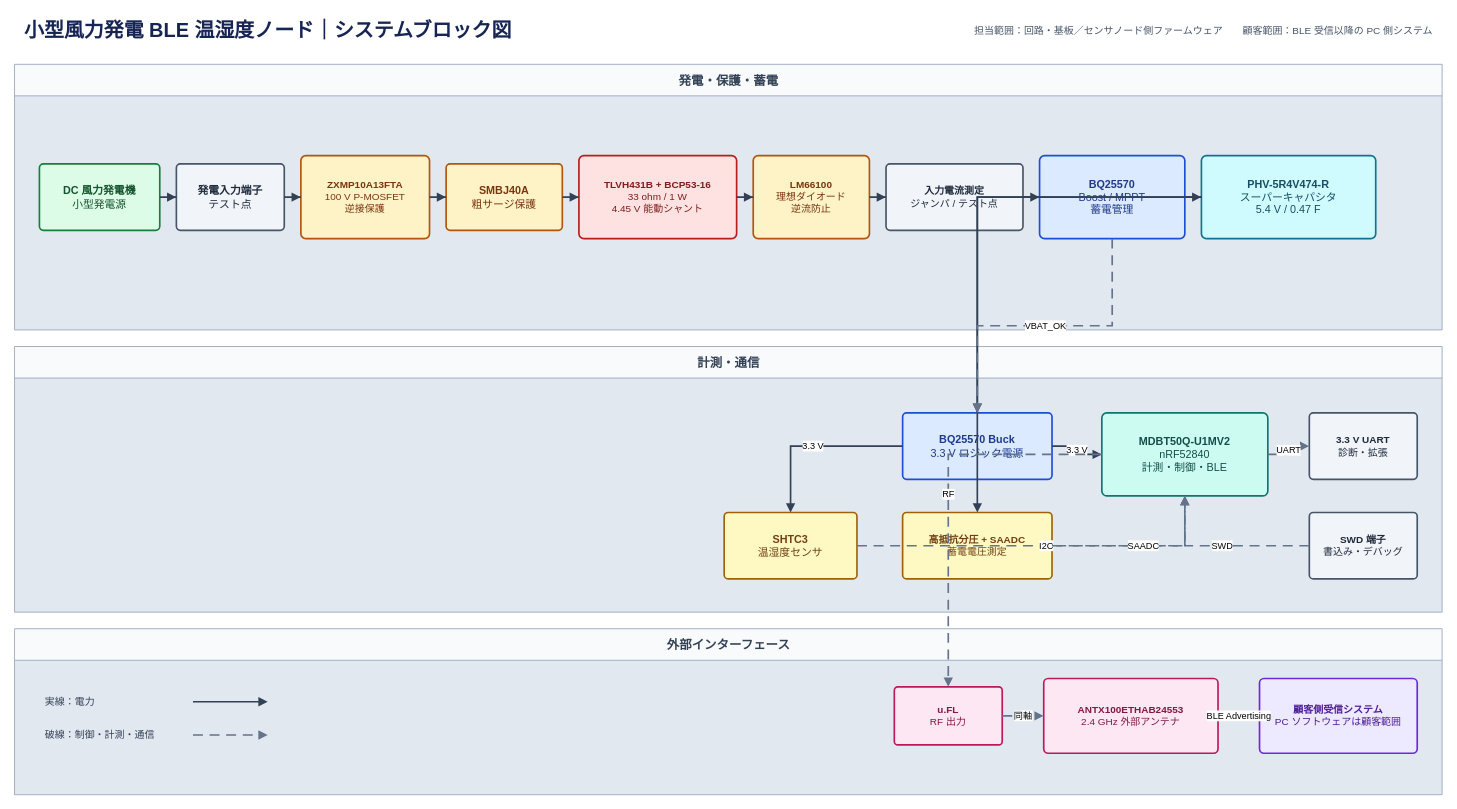
The draw.io diagram docs/Architecture/system-block-diagram.drawio in KatsukiOishi/pantarhei_OEM02_MeasurementNode, before the edit. Source tidied: cells renumbered, new cells numbered last; positions are measured from the earlier drawing's top-left corner, leaving out a move shared by most shapes. Both pictures are drawn from the tidied source at 83%, with x=0, y=0 at pixel (14, 14).
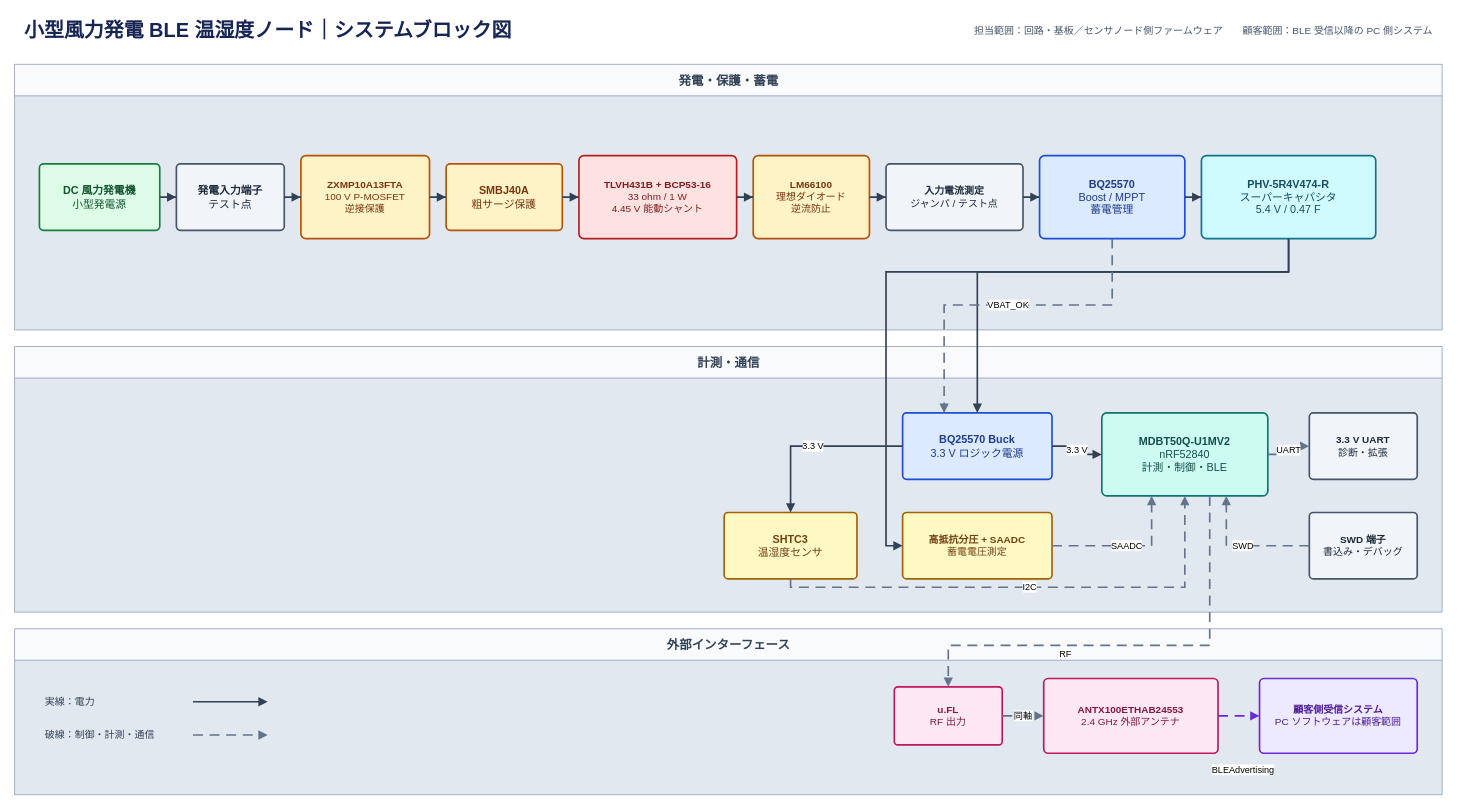
After the change.

Commit message:
docs：draw.io編集結果を保存

The change refers to these unchanged cells:
```xml
<mxCell id="14" value="&lt;b&gt;BQ25570&lt;/b&gt;&lt;br&gt;Boost / MPPT&lt;br&gt;蓄電管理" style="rounded=1;whiteSpace=wrap;html=1;arcSize=6;fillColor=#dbeafe;strokeColor=#1d4ed8;strokeWidth=2;fontColor=#1e3a8a;fontSize=13;" parent="1" vertex="1">
  <mxGeometry x="1235" y="170" width="175" height="100" as="geometry" />
</mxCell>
<mxCell id="15" value="&lt;b&gt;PHV-5R4V474-R&lt;/b&gt;&lt;br&gt;スーパーキャパシタ&lt;br&gt;5.4 V / 0.47 F" style="rounded=1;whiteSpace=wrap;html=1;arcSize=6;fillColor=#cffafe;strokeColor=#0e7490;strokeWidth=2;fontColor=#164e63;fontSize=13;" parent="1" vertex="1">
  <mxGeometry x="1430" y="170" width="210" height="100" as="geometry" />
</mxCell>
<mxCell id="16" value="&lt;b&gt;SHTC3&lt;/b&gt;&lt;br&gt;温湿度センサ" style="rounded=1;whiteSpace=wrap;html=1;arcSize=6;fillColor=#fef9c3;strokeColor=#a16207;strokeWidth=2;fontColor=#713f12;fontSize=13;" parent="1" vertex="1">
  <mxGeometry x="855" y="600" width="160" height="80" as="geometry" />
</mxCell>
<mxCell id="17" value="&lt;b&gt;BQ25570 Buck&lt;/b&gt;&lt;br&gt;3.3 V ロジック電源" style="rounded=1;whiteSpace=wrap;html=1;arcSize=6;fillColor=#dbeafe;strokeColor=#1d4ed8;strokeWidth=2;fontColor=#1e3a8a;fontSize=13;" parent="1" vertex="1">
  <mxGeometry x="1070" y="480" width="180" height="80" as="geometry" />
</mxCell>
<mxCell id="18" value="&lt;b&gt;高抵抗分圧 + SAADC&lt;/b&gt;&lt;br&gt;蓄電電圧測定" style="rounded=1;whiteSpace=wrap;html=1;arcSize=6;fillColor=#fef9c3;strokeColor=#a16207;strokeWidth=2;fontColor=#713f12;fontSize=12;" parent="1" vertex="1">
  <mxGeometry x="1070" y="600" width="180" height="80" as="geometry" />
</mxCell>
<mxCell id="19" value="&lt;b&gt;MDBT50Q-U1MV2&lt;/b&gt;&lt;br&gt;nRF52840&lt;br&gt;計測・制御・BLE" style="rounded=1;whiteSpace=wrap;html=1;arcSize=6;fillColor=#ccfbf1;strokeColor=#0f766e;strokeWidth=2;fontColor=#134e4a;fontSize=13;" parent="1" vertex="1">
  <mxGeometry x="1310" y="480" width="200" height="100" as="geometry" />
</mxCell>
<mxCell id="21" value="&lt;b&gt;SWD 端子&lt;/b&gt;&lt;br&gt;書込み・デバッグ" style="rounded=1;whiteSpace=wrap;html=1;arcSize=6;fillColor=#f1f5f9;strokeColor=#475569;strokeWidth=2;fontColor=#1e293b;fontSize=12;" parent="1" vertex="1">
  <mxGeometry x="1560" y="600" width="130" height="80" as="geometry" />
</mxCell>
<mxCell id="22" value="&lt;b&gt;u.FL&lt;/b&gt;&lt;br&gt;RF 出力" style="rounded=1;whiteSpace=wrap;html=1;arcSize=6;fillColor=#fce7f3;strokeColor=#be185d;strokeWidth=2;fontColor=#831843;fontSize=12;" parent="1" vertex="1">
  <mxGeometry x="1060" y="810" width="130" height="70" as="geometry" />
</mxCell>
<mxCell id="23" value="&lt;b&gt;ANTX100ETHAB24553&lt;/b&gt;&lt;br&gt;2.4 GHz 外部アンテナ" style="rounded=1;whiteSpace=wrap;html=1;arcSize=6;fillColor=#fce7f3;strokeColor=#be185d;strokeWidth=2;fontColor=#831843;fontSize=12;" parent="1" vertex="1">
  <mxGeometry x="1240" y="800" width="210" height="90" as="geometry" />
</mxCell>
<mxCell id="24" value="&lt;b&gt;顧客側受信システム&lt;/b&gt;&lt;br&gt;PC ソフトウェアは顧客範囲" style="rounded=1;whiteSpace=wrap;html=1;arcSize=6;fillColor=#ede9fe;strokeColor=#6d28d9;strokeWidth=2;fontColor=#4c1d95;fontSize=12;" parent="1" vertex="1">
  <mxGeometry x="1500" y="800" width="190" height="90" as="geometry" />
</mxCell>
```

Diff of the diagram source:
```diff
@@
     <mxCell id="37" style="edgeStyle=orthogonalEdgeStyle;rounded=0;jettySize=auto;html=1;endArrow=block;endFill=1;strokeWidth=2;strokeColor=#334155;" parent="1" edge="1" source="15" target="17">
-      <mxGeometry relative="1" as="geometry" />
+      <mxGeometry relative="1" as="geometry">
+        <Array as="points">
+          <mxPoint x="1535" y="310" />
+          <mxPoint x="1160" y="310" />
+        </Array>
+      </mxGeometry>
     </mxCell>
@@
     <mxCell id="40" style="edgeStyle=orthogonalEdgeStyle;rounded=0;jettySize=auto;html=1;endArrow=block;endFill=1;strokeWidth=2;strokeColor=#334155;" parent="1" edge="1" source="15" target="18">
-      <mxGeometry relative="1" as="geometry" />
+      <mxGeometry relative="1" as="geometry">
+        <Array as="points">
+          <mxPoint x="1535" y="310" />
+          <mxPoint x="1050" y="310" />
+          <mxPoint x="1050" y="640" />
+        </Array>
+      </mxGeometry>
     </mxCell>
     <mxCell id="41" value="VBAT_OK" style="edgeStyle=orthogonalEdgeStyle;rounded=0;jettySize=auto;html=1;endArrow=block;endFill=1;dashed=1;dashPattern=6 4;strokeWidth=2;strokeColor=#64748b;fontSize=11;labelBackgroundColor=#ffffff;" parent="1" edge="1" source="14" target="17">
-      <mxGeometry relative="1" as="geometry" />
+      <mxGeometry relative="1" as="geometry">
+        <Array as="points">
+          <mxPoint x="1322" y="350" />
+          <mxPoint x="1120" y="350" />
+        </Array>
+      </mxGeometry>
     </mxCell>
     <mxCell id="42" value="I2C" style="edgeStyle=orthogonalEdgeStyle;rounded=0;jettySize=auto;html=1;endArrow=block;endFill=1;dashed=1;dashPattern=6 4;strokeWidth=2;strokeColor=#64748b;fontSize=11;labelBackgroundColor=#ffffff;" parent="1" edge="1" source="16" target="19">
-      <mxGeometry relative="1" as="geometry" />
+      <mxGeometry relative="1" as="geometry">
+        <Array as="points">
+          <mxPoint x="935" y="690" />
+          <mxPoint x="1410" y="690" />
+        </Array>
+      </mxGeometry>
     </mxCell>
     <mxCell id="43" value="SAADC" style="edgeStyle=orthogonalEdgeStyle;rounded=0;jettySize=auto;html=1;endArrow=block;endFill=1;dashed=1;dashPattern=6 4;strokeWidth=2;strokeColor=#64748b;fontSize=11;labelBackgroundColor=#ffffff;" parent="1" edge="1" source="18" target="19">
-      <mxGeometry relative="1" as="geometry" />
+      <mxGeometry relative="1" as="geometry">
+        <Array as="points">
+          <mxPoint x="1370" y="640" />
+        </Array>
+      </mxGeometry>
     </mxCell>
@@
     <mxCell id="45" value="SWD" style="edgeStyle=orthogonalEdgeStyle;rounded=0;jettySize=auto;html=1;endArrow=block;endFill=1;dashed=1;dashPattern=6 4;strokeWidth=2;strokeColor=#64748b;fontSize=11;labelBackgroundColor=#ffffff;" parent="1" edge="1" source="21" target="19">
-      <mxGeometry relative="1" as="geometry" />
+      <mxGeometry relative="1" as="geometry">
+        <Array as="points">
+          <mxPoint x="1460" y="640" />
+        </Array>
+      </mxGeometry>
     </mxCell>
     <mxCell id="46" value="RF" style="edgeStyle=orthogonalEdgeStyle;rounded=0;jettySize=auto;html=1;endArrow=block;endFill=1;dashed=1;dashPattern=6 4;strokeWidth=2;strokeColor=#64748b;fontSize=11;labelBackgroundColor=#ffffff;" parent="1" edge="1" source="19" target="22">
-      <mxGeometry relative="1" as="geometry" />
+      <mxGeometry x="0.3" y="10" relative="1" as="geometry">
+        <Array as="points">
+          <mxPoint x="1440" y="760" />
+          <mxPoint x="1125" y="760" />
+        </Array>
+      </mxGeometry>
     </mxCell>
@@
-    <mxCell id="48" value="BLE Advertising" style="edgeStyle=orthogonalEdgeStyle;rounded=0;jettySize=auto;html=1;endArrow=block;endFill=1;dashed=1;dashPattern=6 4;strokeWidth=2;strokeColor=#6d28d9;fontSize=11;labelBackgroundColor=#ffffff;" parent="1" edge="1" source="23" target="24">
-      <mxGeometry relative="1" as="geometry" />
+    <mxCell id="48" value="BLEAdvertising" style="edgeStyle=orthogonalEdgeStyle;rounded=0;jettySize=auto;html=1;endArrow=block;endFill=1;dashed=1;dashPattern=6 4;strokeWidth=2;strokeColor=#6d28d9;fontSize=11;labelBackgroundColor=#ffffff;" parent="1" edge="1" source="23" target="24">
+      <mxGeometry x="0.2" y="-65" relative="1" as="geometry" />
     </mxCell>
```
